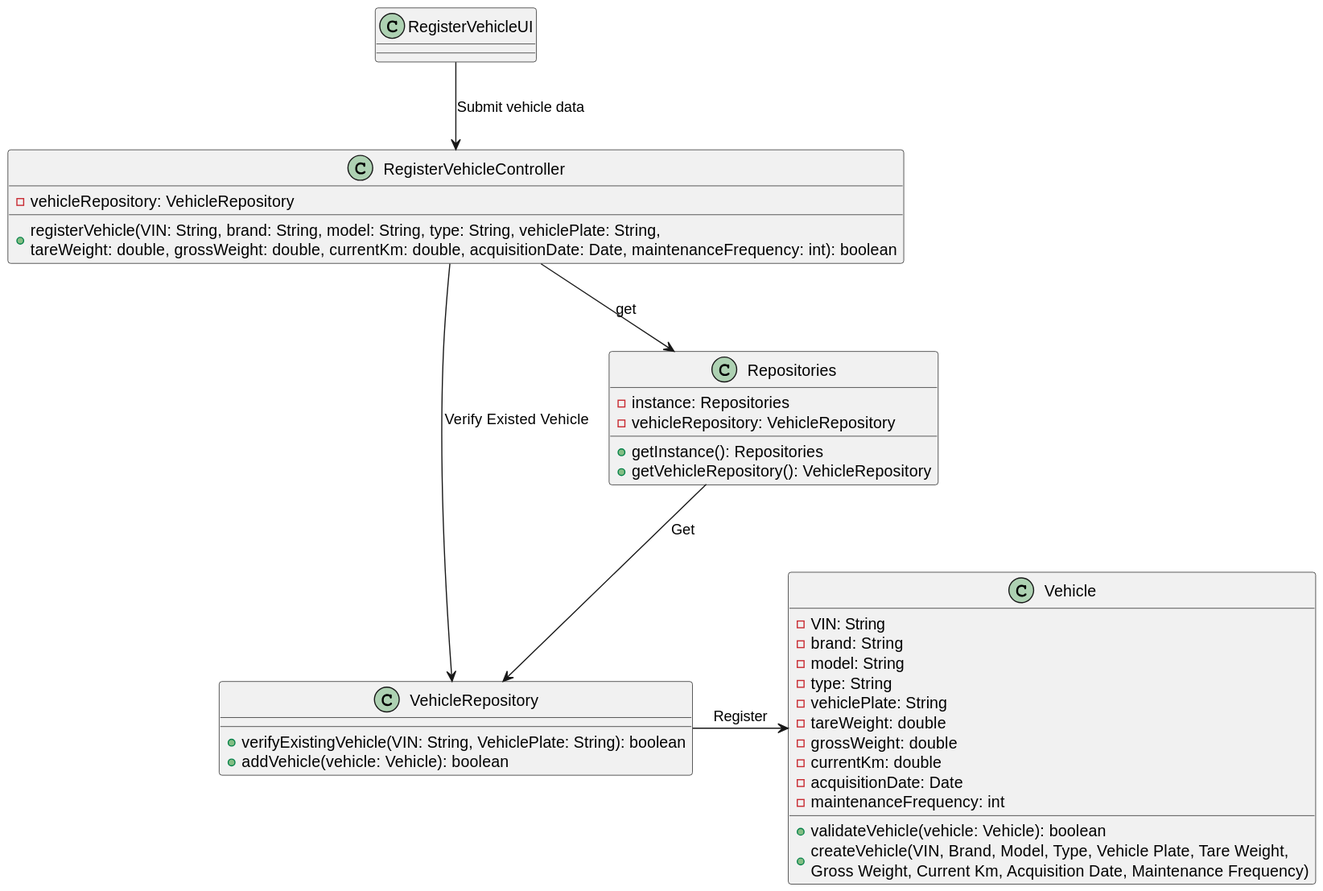
ricardomm7/leaflink keeps this PlantUML diagram as docs/sprintB/us006/03.design/svg/us006-class-diagram.svg. Above is the earlier version.
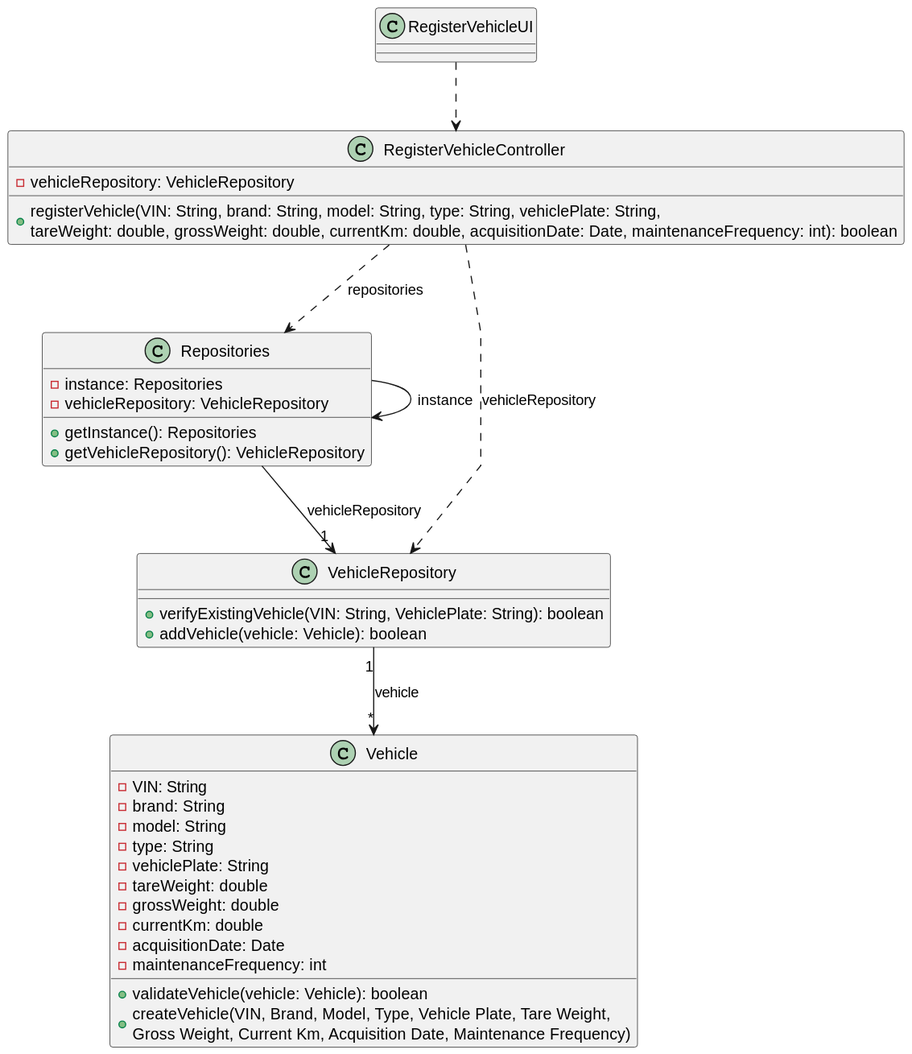
After the commit.

Diff of the diagram source:
```diff
@@ -1,7 +1,7 @@
 @startuml
-skinparam packageStyle rectangle
 skinparam shadowing false
-skinparam line type polyline
+skinparam linetype polyline
+
 
     class RegisterVehicleUI {
     }
@@ -39,9 +39,10 @@
         + createVehicle(VIN, Brand, Model, Type, Vehicle Plate, Tare Weight, \nGross Weight, Current Km, Acquisition Date, Maintenance Frequency)
     }
 
-    RegisterVehicleUI --> RegisterVehicleController: Submit vehicle data
-    RegisterVehicleController --> Repositories: get
-    RegisterVehicleController --> VehicleRepository: Verify Existed Vehicle
-    Repositories --> VehicleRepository: Get
-    VehicleRepository -> Vehicle: Register
+RegisterVehicleUI ..> RegisterVehicleController
+RegisterVehicleController ..> Repositories: repositories
+Repositories --> Repositories: instance
+RegisterVehicleController ..> VehicleRepository: vehicleRepository
+Repositories --> "1"VehicleRepository: vehicleRepository
+VehicleRepository "1"-->"*" Vehicle: vehicle
 @enduml
```
